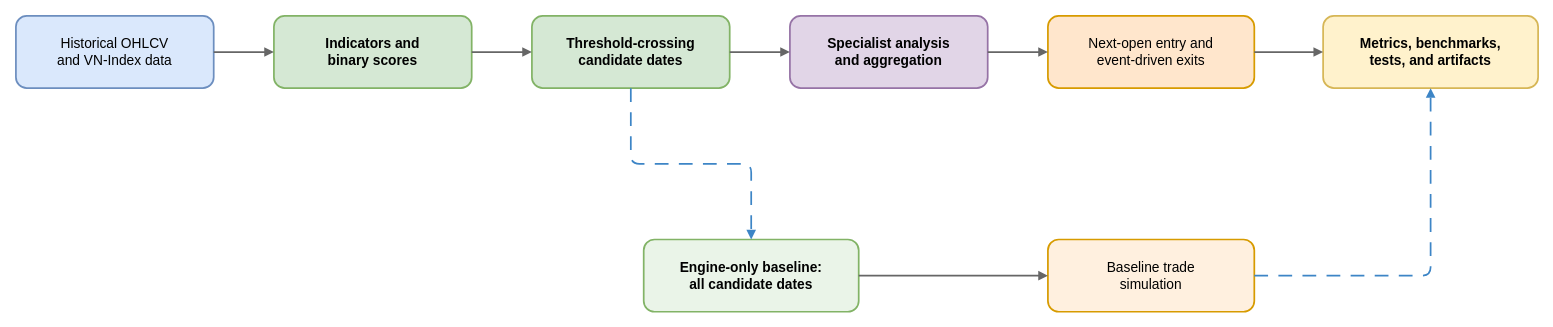
The draw.io diagram page "Figure 4.10 - Backtesting Flow" (2 of 2) of report/diagrams/chapter4/figures_4_9_and_4_10.drawio in lqhuy04/Thesis-22125031-22125035, before the edit. Source tidied: cells renumbered, new cells numbered last; positions are measured from the earlier drawing's top-left corner, leaving out a move shared by most shapes. Both pictures are drawn from the tidied source at 86%, with x=0, y=0 at pixel (15, 15).
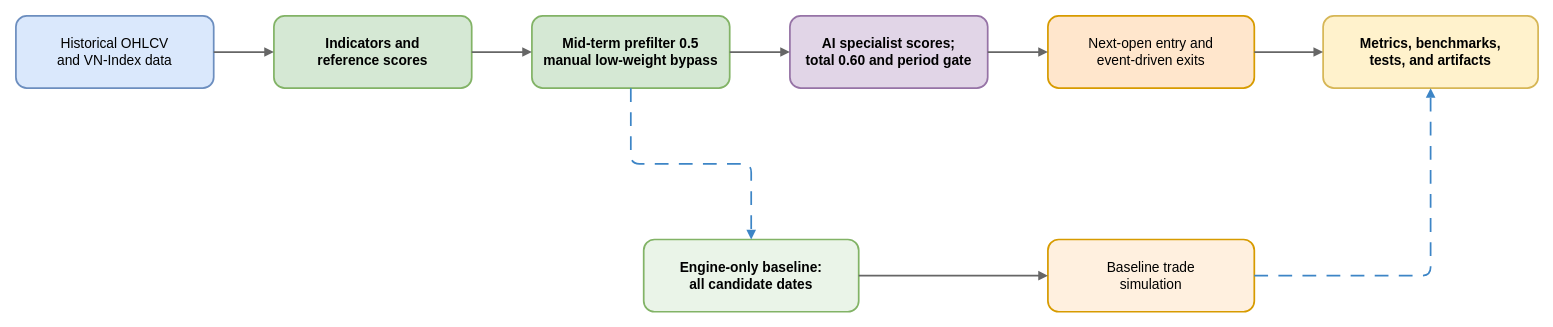
Above is the later version.

The edit, as a diff of the source:
```diff
@@
 <mxGraphModel>
   <root>
     <mxCell id="0" />
     <mxCell id="1" parent="0" />
     <mxCell id="2" value="Historical OHLCV&lt;br&gt;and VN-Index data" style="rounded=1;whiteSpace=wrap;html=1;fillColor=#dae8fc;strokeColor=#6c8ebf;strokeWidth=2;fontSize=16;spacing=8;" parent="1" vertex="1">
       <mxGeometry width="230" height="84" as="geometry" />
     </mxCell>
-    <mxCell id="3" value="Indicators and&lt;br&gt;binary scores" style="rounded=1;whiteSpace=wrap;html=1;fillColor=#d5e8d4;strokeColor=#82b366;strokeWidth=2;fontSize=16;fontStyle=1;spacing=8;" parent="1" vertex="1">
+    <mxCell id="3" value="Indicators and&lt;br&gt;reference scores" style="rounded=1;whiteSpace=wrap;html=1;fillColor=#d5e8d4;strokeColor=#82b366;strokeWidth=2;fontSize=16;fontStyle=1;spacing=8;" parent="1" vertex="1">
       <mxGeometry x="300" width="230" height="84" as="geometry" />
     </mxCell>
-    <mxCell id="4" value="Threshold-crossing&lt;br&gt;candidate dates" style="rounded=1;whiteSpace=wrap;html=1;fillColor=#d5e8d4;strokeColor=#82b366;strokeWidth=2;fontSize=16;fontStyle=1;spacing=8;" parent="1" vertex="1">
+    <mxCell id="4" value="Mid-term prefilter 0.5&lt;br&gt;manual low-weight bypass" style="rounded=1;whiteSpace=wrap;html=1;fillColor=#d5e8d4;strokeColor=#82b366;strokeWidth=2;fontSize=16;fontStyle=1;spacing=8;" parent="1" vertex="1">
       <mxGeometry x="600" width="230" height="84" as="geometry" />
     </mxCell>
-    <mxCell id="5" value="Specialist analysis&lt;br&gt;and aggregation" style="rounded=1;whiteSpace=wrap;html=1;fillColor=#e1d5e7;strokeColor=#9673a6;strokeWidth=2;fontSize=16;fontStyle=1;spacing=8;" parent="1" vertex="1">
+    <mxCell id="5" value="AI specialist scores;&lt;br&gt;total 0.60 and period gate" style="rounded=1;whiteSpace=wrap;html=1;fillColor=#e1d5e7;strokeColor=#9673a6;strokeWidth=2;fontSize=16;fontStyle=1;spacing=8;" parent="1" vertex="1">
       <mxGeometry x="900" width="230" height="84" as="geometry" />
     </mxCell>
     <mxCell id="6" value="Next-open entry and&lt;br&gt;event-driven exits" style="rounded=1;whiteSpace=wrap;html=1;fillColor=#ffe6cc;strokeColor=#d79b00;strokeWidth=2;fontSize=16;spacing=8;" parent="1" vertex="1">
       <mxGeometry x="1200" width="240" height="84" as="geometry" />
     </mxCell>
     <mxCell id="7" value="Metrics, benchmarks,&lt;br&gt;tests, and artifacts" style="rounded=1;whiteSpace=wrap;html=1;fillColor=#fff2cc;strokeColor=#d6b656;strokeWidth=2;fontSize=16;fontStyle=1;spacing=8;" parent="1" vertex="1">
       <mxGeometry x="1520" width="250" height="84" as="geometry" />
     </mxCell>
     <mxCell id="8" value="Engine-only baseline:&lt;br&gt;all candidate dates" style="rounded=1;whiteSpace=wrap;html=1;fillColor=#eaf4e8;strokeColor=#82b366;strokeWidth=2;fontSize=16;fontStyle=1;spacing=8;" parent="1" vertex="1">
       <mxGeometry x="730" y="260" width="250" height="84" as="geometry" />
     </mxCell>
     <mxCell id="9" value="Baseline trade&lt;br&gt;simulation" style="rounded=1;whiteSpace=wrap;html=1;fillColor=#fff0df;strokeColor=#d79b00;strokeWidth=2;fontSize=16;spacing=8;" parent="1" vertex="1">
       <mxGeometry x="1200" y="260" width="240" height="84" as="geometry" />
     </mxCell>
     <mxCell id="10" style="edgeStyle=orthogonalEdgeStyle;rounded=0;jettySize=auto;html=1;endArrow=block;endFill=1;strokeColor=#666666;strokeWidth=2;exitX=1;exitY=0.5;entryX=0;entryY=0.5;" parent="1" edge="1" source="2" target="3">
       <mxGeometry relative="1" as="geometry" />
     </mxCell>
     <mxCell id="11" style="edgeStyle=orthogonalEdgeStyle;rounded=0;jettySize=auto;html=1;endArrow=block;endFill=1;strokeColor=#666666;strokeWidth=2;exitX=1;exitY=0.5;entryX=0;entryY=0.5;" parent="1" edge="1" source="3" target="4">
       <mxGeometry relative="1" as="geometry" />
     </mxCell>
     <mxCell id="12" style="edgeStyle=orthogonalEdgeStyle;rounded=0;jettySize=auto;html=1;endArrow=block;endFill=1;strokeColor=#666666;strokeWidth=2;exitX=1;exitY=0.5;entryX=0;entryY=0.5;" parent="1" edge="1" source="4" target="5">
       <mxGeometry relative="1" as="geometry" />
     </mxCell>
     <mxCell id="13" style="edgeStyle=orthogonalEdgeStyle;rounded=0;jettySize=auto;html=1;endArrow=block;endFill=1;strokeColor=#666666;strokeWidth=2;exitX=1;exitY=0.5;entryX=0;entryY=0.5;" parent="1" edge="1" source="5" target="6">
       <mxGeometry relative="1" as="geometry" />
     </mxCell>
     <mxCell id="14" style="edgeStyle=orthogonalEdgeStyle;rounded=0;jettySize=auto;html=1;endArrow=block;endFill=1;strokeColor=#666666;strokeWidth=2;exitX=1;exitY=0.5;entryX=0;entryY=0.5;" parent="1" edge="1" source="6" target="7">
       <mxGeometry relative="1" as="geometry" />
     </mxCell>
     <mxCell id="15" style="edgeStyle=orthogonalEdgeStyle;rounded=1;jettySize=auto;html=1;endArrow=block;endFill=1;strokeColor=#3d85c6;strokeWidth=2;dashed=1;dashPattern=8 6;exitX=0.5;exitY=1;entryX=0.5;entryY=0;" parent="1" edge="1" source="4" target="8">
       <mxGeometry relative="1" as="geometry" />
     </mxCell>
     <mxCell id="16" style="edgeStyle=orthogonalEdgeStyle;rounded=0;jettySize=auto;html=1;endArrow=block;endFill=1;strokeColor=#666666;strokeWidth=2;exitX=1;exitY=0.5;entryX=0;entryY=0.5;" parent="1" edge="1" source="8" target="9">
       <mxGeometry relative="1" as="geometry" />
     </mxCell>
     <mxCell id="17" style="edgeStyle=orthogonalEdgeStyle;rounded=1;jettySize=auto;html=1;endArrow=block;endFill=1;strokeColor=#3d85c6;strokeWidth=2;dashed=1;dashPattern=8 6;exitX=1;exitY=0.5;entryX=0.5;entryY=1;" parent="1" edge="1" source="9" target="7">
       <mxGeometry relative="1" as="geometry" />
     </mxCell>
   </root>
 </mxGraphModel>
```
